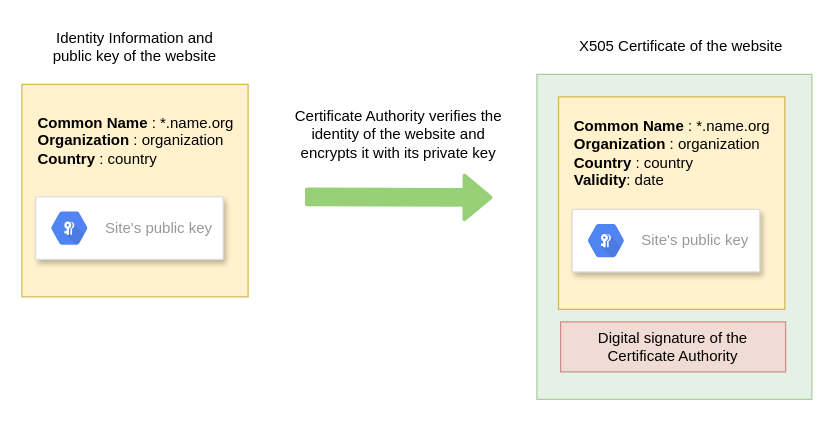
Earlier version of the draw.io diagram src/pages/articles/https/secure-connnections-with-ssl/obtaining-digital-certificate-procedure.drawio (ahenteti/ahenteti.github.io). Source tidied: cells renumbered, new cells numbered last; positions are measured from the earlier drawing's top-left corner, leaving out a move shared by most shapes. Both pictures are drawn from the tidied source at 125%, with x=0, y=0 at pixel (21, 21).
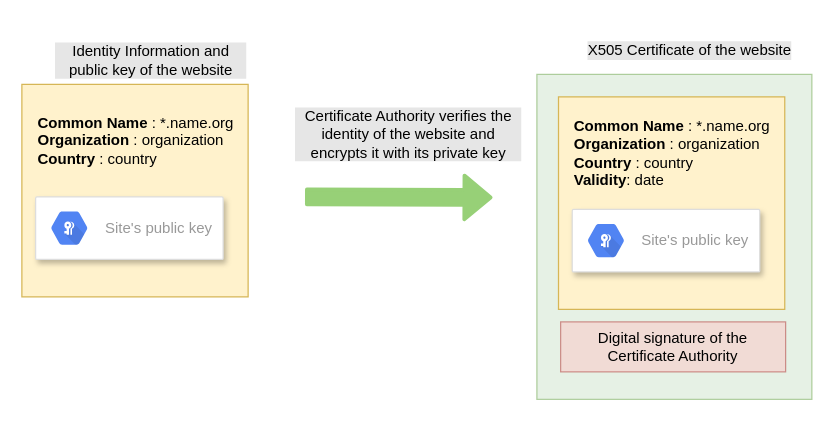
Above is the later version.

Change to the diagram source:
```diff
@@
-    <mxCell id="2" value="&lt;span style=&quot;font-weight: normal&quot;&gt;Identity Information and public key of the website&lt;/span&gt;" style="text;html=1;strokeColor=none;fillColor=none;align=center;verticalAlign=middle;whiteSpace=wrap;rounded=1;fontStyle=1;glass=0;comic=0;shadow=0;opacity=50;" parent="1" vertex="1">
-      <mxGeometry x="13" width="155" height="40" as="geometry" />
+    <mxCell id="2" value="&lt;span style=&quot;font-weight: normal&quot;&gt;Identity Information and public key of the website&lt;/span&gt;" style="text;html=1;strokeColor=none;fillColor=none;align=center;verticalAlign=middle;whiteSpace=wrap;rounded=1;fontStyle=1;glass=0;comic=0;shadow=0;opacity=50;labelBackgroundColor=#E6E6E6;" parent="1" vertex="1">
+      <mxGeometry x="26" y="11" width="155" height="40" as="geometry" />
     </mxCell>
@@
-    <mxCell id="4" value="&lt;span style=&quot;font-weight: normal&quot;&gt;Certificate Authority verifies the identity of the website and encrypts it with its private key&lt;/span&gt;" style="text;html=1;strokeColor=none;fillColor=none;align=center;verticalAlign=middle;whiteSpace=wrap;rounded=1;fontStyle=1;glass=0;comic=0;shadow=0;opacity=60;" parent="1" vertex="1">
-      <mxGeometry x="210" y="65" width="183" height="50" as="geometry" />
+    <mxCell id="4" value="&lt;span style=&quot;font-weight: normal&quot;&gt;Certificate Authority verifies the identity of the website and encrypts it with its private key&lt;/span&gt;" style="text;html=1;strokeColor=none;fillColor=none;align=center;verticalAlign=middle;whiteSpace=wrap;rounded=1;fontStyle=1;glass=0;comic=0;shadow=0;opacity=60;labelBackgroundColor=#E6E6E6;" parent="1" vertex="1">
+      <mxGeometry x="218" y="65" width="183" height="50" as="geometry" />
     </mxCell>
@@
-    <mxCell id="17" value="&lt;span style=&quot;font-weight: normal&quot;&gt;X505 Certificate of the website&lt;/span&gt;" style="text;html=1;strokeColor=none;fillColor=none;align=center;verticalAlign=middle;whiteSpace=wrap;rounded=1;fontStyle=1;glass=0;comic=0;shadow=0;opacity=50;" parent="1" vertex="1">
-      <mxGeometry x="438" width="179" height="40" as="geometry" />
+    <mxCell id="17" value="&lt;span style=&quot;font-weight: normal&quot;&gt;X505 Certificate of the website&lt;/span&gt;" style="text;html=1;strokeColor=none;fillColor=none;align=center;verticalAlign=middle;whiteSpace=wrap;rounded=1;fontStyle=1;glass=0;comic=0;shadow=0;opacity=50;labelBackgroundColor=#E6E6E6;" parent="1" vertex="1">
+      <mxGeometry x="445" y="3" width="179" height="40" as="geometry" />
     </mxCell>
```
